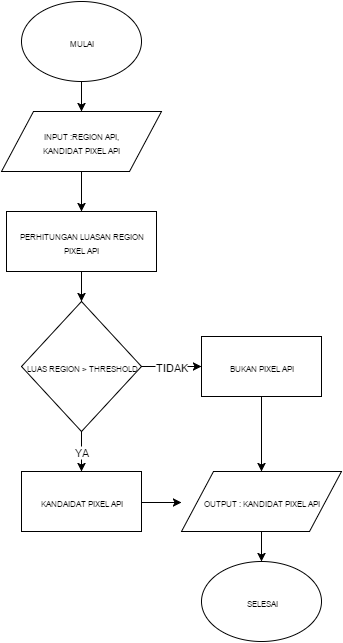
Earlier version of the draw.io export source/variasi warna region.png (hamdimuzakkiy/bukuTA). Source tidied: cells renumbered, new cells last; positions are measured from the earlier drawing's top-left corner, leaving out a move shared by most shapes.
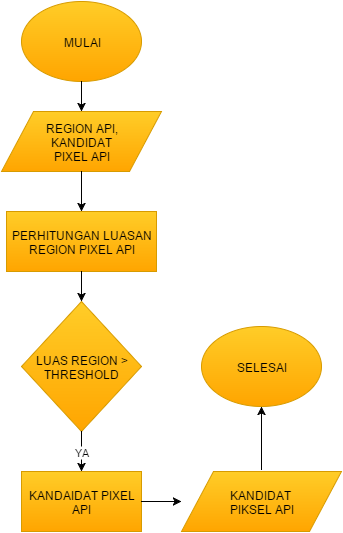
After the change.

Change to the diagram source:
```diff
@@ -2,62 +2,49 @@
   <root>
     <mxCell id="0" />
     <mxCell id="1" parent="0" />
-    <mxCell id="2" value="&lt;font style=&quot;font-size: 8px&quot;&gt;MULAI&lt;/font&gt;" style="ellipse;whiteSpace=wrap;html=1;" parent="1" vertex="1">
+    <mxCell id="2" value="&lt;font style=&quot;font-size: 12px&quot;&gt;MULAI&lt;/font&gt;" style="ellipse;whiteSpace=wrap;html=1;plain-orange;" parent="1" vertex="1">
       <mxGeometry x="20" width="120" height="80" as="geometry" />
     </mxCell>
-    <mxCell id="3" style="shape=parallelogram;whiteSpace=wrap;html=1;" parent="1" vertex="1">
+    <mxCell id="3" style="shape=parallelogram;whiteSpace=wrap;html=1;plain-orange;" parent="1" vertex="1">
       <mxGeometry y="110" width="160" height="60" as="geometry" />
     </mxCell>
     <mxCell id="4" style="endArrow=classic;html=1;exitX=0.5;exitY=1;entryX=0.5;entryY=0;" parent="1" edge="1" source="2" target="3">
       <mxGeometry relative="1" as="geometry" />
     </mxCell>
-    <mxCell id="5" value="&lt;font style=&quot;font-size: 8px&quot;&gt;PERHITUNGAN LUASAN REGION PIXEL API&lt;/font&gt;" style="whiteSpace=wrap;html=1;" parent="1" vertex="1">
+    <mxCell id="5" value="&lt;font style=&quot;font-size: 12px&quot;&gt;PERHITUNGAN LUASAN REGION PIXEL API&lt;/font&gt;" style="whiteSpace=wrap;html=1;plain-orange;" parent="1" vertex="1">
       <mxGeometry x="5" y="210" width="150" height="60" as="geometry" />
     </mxCell>
     <mxCell id="6" style="endArrow=classic;html=1;exitX=0.5;exitY=1;entryX=0.5;entryY=0;" parent="1" edge="1" source="3" target="5">
       <mxGeometry relative="1" as="geometry" />
     </mxCell>
-    <mxCell id="7" value="&lt;font style=&quot;font-size: 8px&quot;&gt;LUAS REGION &amp;gt; THRESHOLD&lt;/font&gt;" style="rhombus;whiteSpace=wrap;html=1;" parent="1" vertex="1">
+    <mxCell id="7" value="&lt;font style=&quot;font-size: 12px&quot;&gt;LUAS REGION &amp;gt; THRESHOLD&lt;/font&gt;" style="rhombus;whiteSpace=wrap;html=1;plain-orange;" parent="1" vertex="1">
       <mxGeometry x="20" y="300" width="120" height="130" as="geometry" />
     </mxCell>
-    <mxCell id="8" value="&lt;font style=&quot;font-size: 8px&quot;&gt;KANDAIDAT PIXEL API&lt;/font&gt;" style="whiteSpace=wrap;html=1;" parent="1" vertex="1">
+    <mxCell id="8" value="&lt;font style=&quot;font-size: 12px&quot;&gt;KANDAIDAT PIXEL API&lt;/font&gt;" style="whiteSpace=wrap;html=1;plain-orange;" parent="1" vertex="1">
       <mxGeometry x="20" y="470" width="120" height="60" as="geometry" />
     </mxCell>
     <mxCell id="9" value="YA" style="endArrow=classic;html=1;exitX=0.5;exitY=1;entryX=0.5;entryY=0;" parent="1" edge="1" source="7" target="8">
       <mxGeometry relative="1" as="geometry" />
     </mxCell>
-    <mxCell id="10" style="edgeStyle=orthogonalEdgeStyle;rounded=0;html=1;exitX=1;exitY=0.5;entryX=1;entryY=0.5;" parent="1" edge="1" source="8" target="8">
-      <mxGeometry relative="1" as="geometry" />
-    </mxCell>
-    <mxCell id="11" value="&lt;font style=&quot;font-size: 8px&quot;&gt;BUKAN PIXEL API&lt;/font&gt;" style="whiteSpace=wrap;html=1;" parent="1" vertex="1">
-      <mxGeometry x="200" y="335" width="120" height="60" as="geometry" />
-    </mxCell>
-    <mxCell id="12" value="TIDAK" style="endArrow=classic;html=1;exitX=1;exitY=0.5;entryX=0;entryY=0.5;" parent="1" edge="1" source="7" target="11">
-      <mxGeometry relative="1" as="geometry" />
-    </mxCell>
     <mxCell id="13" style="endArrow=classic;html=1;entryX=0.5;entryY=0;exitX=0.5;exitY=1;" parent="1" edge="1" source="5" target="7">
       <mxGeometry relative="1" as="geometry" />
     </mxCell>
-    <mxCell id="14" value="&lt;font style=&quot;font-size: 8px&quot;&gt;SELESAI&lt;/font&gt;" style="ellipse;whiteSpace=wrap;html=1;" parent="1" vertex="1">
-      <mxGeometry x="200" y="560" width="120" height="80" as="geometry" />
+    <mxCell id="14" value="&lt;font style=&quot;font-size: 12px&quot;&gt;SELESAI&lt;/font&gt;" style="ellipse;whiteSpace=wrap;html=1;plain-orange;" parent="1" vertex="1">
+      <mxGeometry x="200" y="325" width="120" height="80" as="geometry" />
     </mxCell>
-    <mxCell id="15" style="endArrow=classic;html=1;exitX=1;exitY=0.5;" parent="1" edge="1">
-      <mxGeometry relative="1" as="geometry">
-        <mxPoint x="140" y="501" as="sourcePoint" />
-        <mxPoint x="180" y="501" as="targetPoint" />
-      </mxGeometry>
-    </mxCell>
-    <mxCell id="16" value="&lt;font style=&quot;font-size: 8px&quot;&gt;OUTPUT : KANDIDAT PIXEL API&lt;/font&gt;" style="shape=parallelogram;whiteSpace=wrap;html=1;" parent="1" vertex="1">
-      <mxGeometry x="180" y="470" width="160" height="60" as="geometry" />
-    </mxCell>
-    <mxCell id="17" style="endArrow=classic;html=1;exitX=0.5;exitY=1;" parent="1" edge="1" source="11" target="16">
-      <mxGeometry relative="1" as="geometry" />
-    </mxCell>
-    <mxCell id="18" style="endArrow=classic;html=1;exitX=0.5;exitY=1;entryX=0.5;entryY=0;" parent="1" edge="1" source="16" target="14">
-      <mxGeometry relative="1" as="geometry" />
-    </mxCell>
-    <mxCell id="19" value="&lt;span&gt;&lt;font style=&quot;font-size: 8px&quot;&gt;INPUT :REGION API, KANDIDAT PIXEL API&lt;/font&gt;&lt;/span&gt;" style="text;html=1;strokeColor=none;fillColor=none;align=center;verticalAlign=middle;whiteSpace=wrap;overflow=hidden;" parent="1" vertex="1">
+    <mxCell id="19" value="&lt;span&gt;&lt;font style=&quot;font-size: 12px&quot;&gt;REGION API, KANDIDAT PIXEL API&lt;/font&gt;&lt;/span&gt;" style="text;html=1;strokeColor=none;fillColor=none;align=center;verticalAlign=middle;whiteSpace=wrap;overflow=hidden;" parent="1" vertex="1">
       <mxGeometry x="30" y="110" width="100" height="60" as="geometry" />
     </mxCell>
+    <mxCell id="20" style="endArrow=classic;html=1;entryX=0.5;entryY=1;exitX=0.5;exitY=0;" parent="1" edge="1" target="14">
+      <mxGeometry relative="1" as="geometry">
+        <mxPoint x="260" y="468" as="sourcePoint" />
+      </mxGeometry>
+    </mxCell>
+    <mxCell id="21" value="KANDIDAT&amp;nbsp;&lt;div&gt;PIKSEL API&lt;/div&gt;" style="shape=parallelogram;whiteSpace=wrap;html=1;plain-orange;" parent="1" vertex="1">
+      <mxGeometry x="180" y="470" width="160" height="60" as="geometry" />
+    </mxCell>
+    <mxCell id="22" style="endArrow=classic;html=1;exitX=1;exitY=0.5;entryX=0;entryY=0.5;" parent="1" edge="1" source="8" target="21">
+      <mxGeometry relative="1" as="geometry" />
+    </mxCell>
   </root>
 </mxGraphModel>
```
